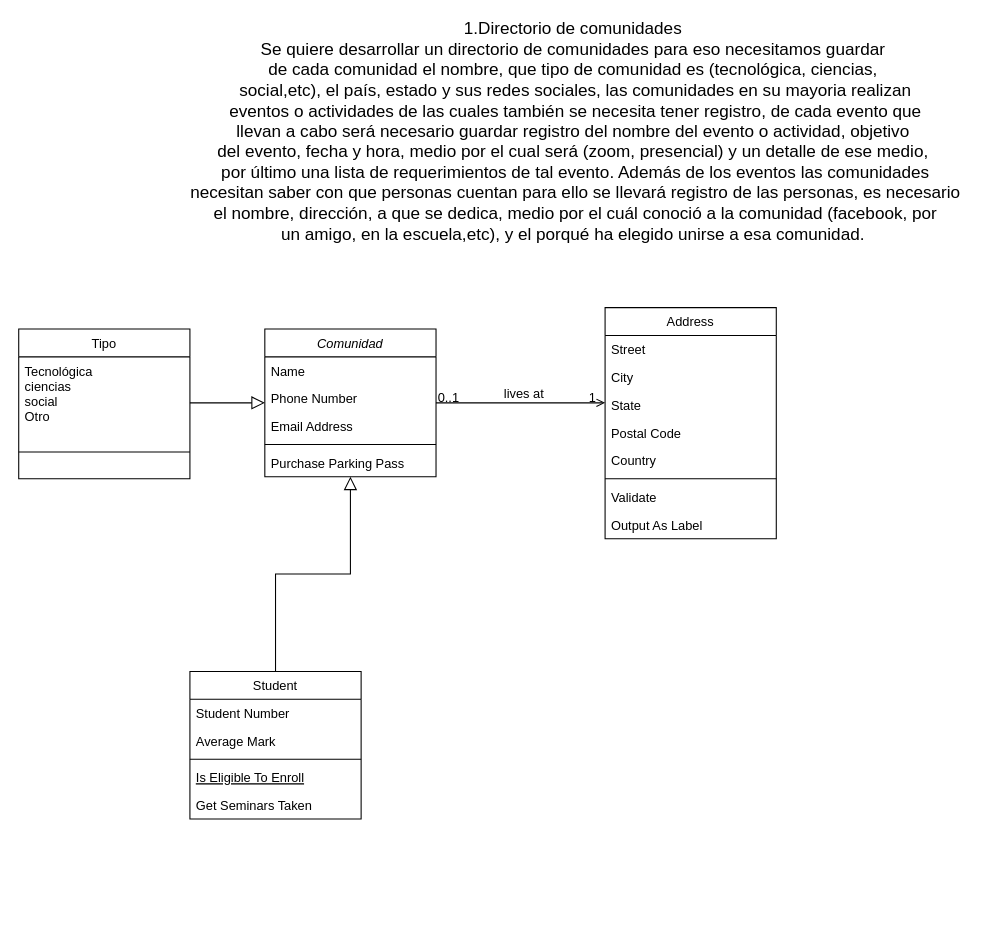
Earlier version of the draw.io diagram Untitled Diagram.drawio (jazzadahack323Gro/Diagrams). Source tidied: cells renumbered, new cells numbered last; positions are measured from the earlier drawing's top-left corner, leaving out a move shared by most shapes. Both pictures are drawn from the tidied source at 107%, with x=0, y=0 at pixel (18, 18).
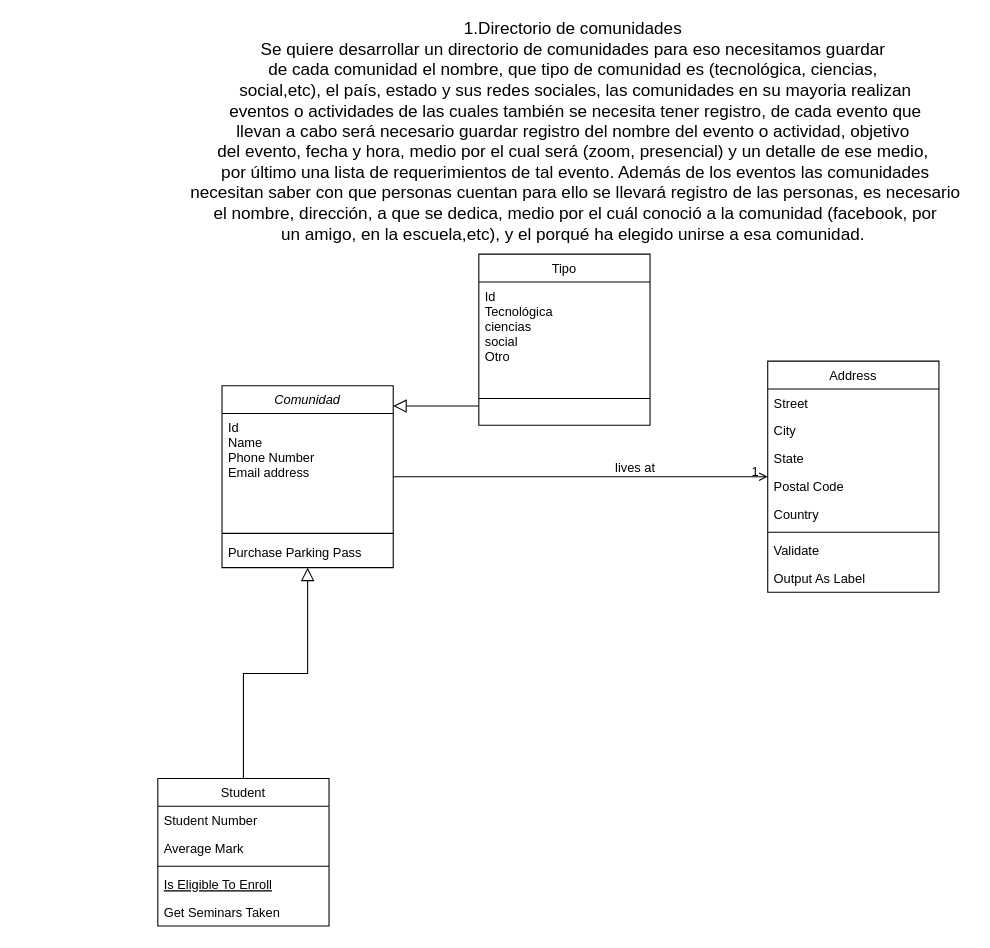
The same diagram, later.

Unchanged cells that the change refers to:
```xml
<mxCell id="28" style="endArrow=open;shadow=0;strokeWidth=1;rounded=0;endFill=1;edgeStyle=elbowEdgeStyle;elbow=vertical;" parent="1" edge="1" source="2" target="19">
  <mxGeometry x="0.5" y="41" relative="1" as="geometry">
    <mxPoint x="-40" y="32" as="offset" />
  </mxGeometry>
</mxCell>
```

What changed in the source:
```diff
@@
     <mxCell id="2" value="Comunidad" style="swimlane;fontStyle=2;align=center;verticalAlign=top;horizontal=1;startSize=26;rounded=0;shadow=0;strokeWidth=1;" parent="1" vertex="1">
-      <mxGeometry x="230" y="290" width="160" height="138" as="geometry" />
+      <mxGeometry x="190" y="343" width="160" height="170" as="geometry" />
     </mxCell>
-    <mxCell id="3" value="Name" style="text;align=left;verticalAlign=top;spacingLeft=4;spacingRight=4;overflow=hidden;" parent="2" vertex="1">
-      <mxGeometry y="26" width="160" height="26" as="geometry" />
+    <mxCell id="3" value="Id &#10;Name&#10;Phone Number&#10;Email address" style="text;align=left;verticalAlign=top;spacingLeft=4;spacingRight=4;overflow=hidden;" parent="2" vertex="1">
+      <mxGeometry y="26" width="160" height="108" as="geometry" />
     </mxCell>
-    <mxCell id="4" value="Phone Number" style="text;align=left;verticalAlign=top;spacingLeft=4;spacingRight=4;overflow=hidden;rounded=0;shadow=0;html=0;" parent="2" vertex="1">
-      <mxGeometry y="52" width="160" height="26" as="geometry" />
-    </mxCell>
-    <mxCell id="5" value="Email Address" style="text;align=left;verticalAlign=top;spacingLeft=4;spacingRight=4;overflow=hidden;rounded=0;shadow=0;html=0;" parent="2" vertex="1">
-      <mxGeometry y="78" width="160" height="26" as="geometry" />
-    </mxCell>
     <mxCell id="6" style="line;html=1;strokeWidth=1;align=left;verticalAlign=middle;spacingTop=-1;spacingLeft=3;spacingRight=3;labelPosition=right;" parent="2" vertex="1">
-      <mxGeometry y="104" width="160" height="8" as="geometry" />
+      <mxGeometry y="134" width="160" height="8" as="geometry" />
     </mxCell>
-    <mxCell id="7" value="Purchase Parking Pass" style="text;align=left;verticalAlign=top;spacingLeft=4;spacingRight=4;overflow=hidden;" parent="2" vertex="1">
-      <mxGeometry y="112" width="160" height="26" as="geometry" />
+    <mxCell id="7" value="Purchase Parking Pass" style="text;align=left;verticalAlign=middle;spacingLeft=4;spacingRight=4;overflow=hidden;" parent="2" vertex="1">
+      <mxGeometry y="142" width="160" height="28" as="geometry" />
     </mxCell>
     <mxCell id="8" value="Student" style="swimlane;fontStyle=0;align=center;verticalAlign=top;horizontal=1;startSize=26;rounded=0;shadow=0;strokeWidth=1;" parent="1" vertex="1">
-      <mxGeometry x="160" y="610" width="160" height="138" as="geometry" />
+      <mxGeometry x="130" y="710" width="160" height="138" as="geometry" />
     </mxCell>
@@
     <mxCell id="15" value="Tipo" style="swimlane;fontStyle=0;align=center;verticalAlign=top;horizontal=1;startSize=26;rounded=0;shadow=0;strokeWidth=1;" parent="1" vertex="1">
-      <mxGeometry y="290" width="160" height="140" as="geometry" />
+      <mxGeometry x="430" y="220" width="160" height="160" as="geometry" />
     </mxCell>
-    <mxCell id="16" value="Tecnológica&#10;ciencias &#10;social&#10;Otro" style="text;align=left;verticalAlign=top;spacingLeft=4;spacingRight=4;overflow=hidden;" parent="15" vertex="1">
-      <mxGeometry y="26" width="160" height="64" as="geometry" />
+    <mxCell id="16" value="Id&#10;Tecnológica&#10;ciencias &#10;social&#10;Otro" style="text;align=left;verticalAlign=top;spacingLeft=4;spacingRight=4;overflow=hidden;" parent="15" vertex="1">
+      <mxGeometry y="26" width="160" height="84" as="geometry" />
     </mxCell>
     <mxCell id="17" style="line;html=1;strokeWidth=1;align=left;verticalAlign=middle;spacingTop=-1;spacingLeft=3;spacingRight=3;labelPosition=right;" parent="15" vertex="1">
-      <mxGeometry y="90" width="160" height="50" as="geometry" />
+      <mxGeometry y="110" width="160" height="50" as="geometry" />
     </mxCell>
@@
     <mxCell id="19" value="Address" style="swimlane;fontStyle=0;align=center;verticalAlign=top;horizontal=1;startSize=26;rounded=0;shadow=0;strokeWidth=1;" parent="1" vertex="1">
-      <mxGeometry x="548" y="270" width="160" height="216" as="geometry" />
+      <mxGeometry x="700" y="320" width="160" height="216" as="geometry" />
     </mxCell>
@@
-    <mxCell id="29" value="0..1" style="align=left;verticalAlign=bottom;labelBackgroundColor=none;fontSize=12;" parent="28" vertex="1">
-      <mxGeometry x="-1" relative="1" as="geometry">
-        <mxPoint y="4" as="offset" />
-      </mxGeometry>
-    </mxCell>
```
